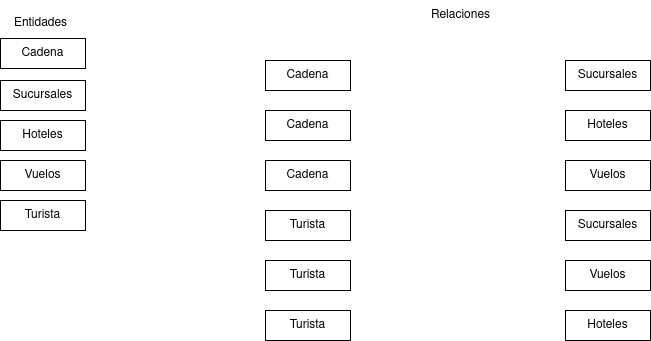
This is Ejercicios/tarea2/Tarea2_E3.drawio.png from adogonz23/BAE, a draw.io export, as it was before one commit. Source tidied: cells renumbered, new cells last; positions are measured from the earlier drawing's top-left corner, leaving out a move shared by most shapes.
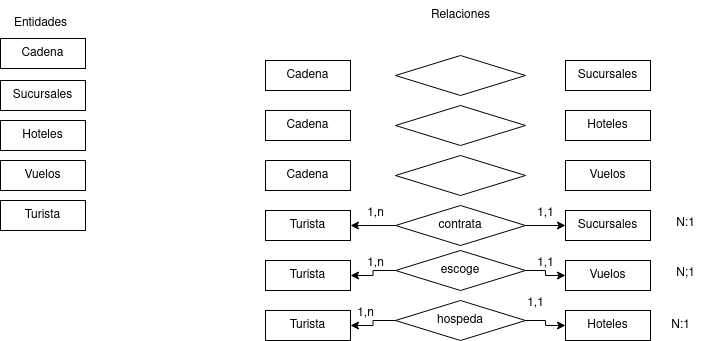
Above is the later version.

The edit, as a diff of the source:
```diff
@@ -59,5 +59,68 @@
     <mxCell id="20" value="Hoteles" style="rounded=0;whiteSpace=wrap;html=1;" parent="1" vertex="1">
       <mxGeometry x="565" y="310" width="85" height="30" as="geometry" />
     </mxCell>
+    <mxCell id="21" style="rhombus;whiteSpace=wrap;html=1;" parent="1" vertex="1">
+      <mxGeometry x="395" y="55" width="130" height="40" as="geometry" />
+    </mxCell>
+    <mxCell id="22" style="rhombus;whiteSpace=wrap;html=1;" parent="1" vertex="1">
+      <mxGeometry x="395" y="105" width="130" height="40" as="geometry" />
+    </mxCell>
+    <mxCell id="23" style="rhombus;whiteSpace=wrap;html=1;" parent="1" vertex="1">
+      <mxGeometry x="395" y="155" width="130" height="40" as="geometry" />
+    </mxCell>
+    <mxCell id="24" style="edgeStyle=orthogonalEdgeStyle;rounded=0;jettySize=auto;html=1;entryX=1;entryY=0.5;entryDx=0;entryDy=0;" parent="1" edge="1" source="26" target="12">
+      <mxGeometry relative="1" as="geometry" />
+    </mxCell>
+    <mxCell id="25" style="edgeStyle=orthogonalEdgeStyle;rounded=0;jettySize=auto;html=1;entryX=0;entryY=0.5;entryDx=0;entryDy=0;" parent="1" edge="1" source="26" target="18">
+      <mxGeometry relative="1" as="geometry" />
+    </mxCell>
+    <mxCell id="26" value="contrata" style="rhombus;whiteSpace=wrap;html=1;" parent="1" vertex="1">
+      <mxGeometry x="395" y="205" width="130" height="40" as="geometry" />
+    </mxCell>
+    <mxCell id="27" style="edgeStyle=orthogonalEdgeStyle;rounded=0;jettySize=auto;html=1;entryX=1;entryY=0.5;entryDx=0;entryDy=0;" parent="1" edge="1" source="29" target="13">
+      <mxGeometry relative="1" as="geometry" />
+    </mxCell>
+    <mxCell id="28" style="edgeStyle=orthogonalEdgeStyle;rounded=0;jettySize=auto;html=1;entryX=0;entryY=0.5;entryDx=0;entryDy=0;" parent="1" edge="1" source="29" target="19">
+      <mxGeometry relative="1" as="geometry" />
+    </mxCell>
+    <mxCell id="29" value="escoge" style="rhombus;whiteSpace=wrap;html=1;" parent="1" vertex="1">
+      <mxGeometry x="395" y="250" width="130" height="40" as="geometry" />
+    </mxCell>
+    <mxCell id="30" style="edgeStyle=orthogonalEdgeStyle;rounded=0;jettySize=auto;html=1;entryX=0;entryY=0.5;entryDx=0;entryDy=0;" parent="1" edge="1" source="32" target="20">
+      <mxGeometry relative="1" as="geometry" />
+    </mxCell>
+    <mxCell id="31" style="edgeStyle=orthogonalEdgeStyle;rounded=0;jettySize=auto;html=1;entryX=1;entryY=0.5;entryDx=0;entryDy=0;" parent="1" edge="1" source="32" target="14">
+      <mxGeometry relative="1" as="geometry" />
+    </mxCell>
+    <mxCell id="32" value="hospeda" style="rhombus;whiteSpace=wrap;html=1;" parent="1" vertex="1">
+      <mxGeometry x="395" y="300" width="130" height="40" as="geometry" />
+    </mxCell>
+    <mxCell id="33" value="1,1" style="text;html=1;align=center;verticalAlign=middle;strokeColor=none;fillColor=none;" parent="1" vertex="1">
+      <mxGeometry x="525" y="198" width="40" height="30" as="geometry" />
+    </mxCell>
+    <mxCell id="34" value="1,n" style="text;html=1;align=center;verticalAlign=middle;strokeColor=none;fillColor=none;" parent="1" vertex="1">
+      <mxGeometry x="355" y="198" width="40" height="30" as="geometry" />
+    </mxCell>
+    <mxCell id="35" value="1,1" style="text;html=1;align=center;verticalAlign=middle;strokeColor=none;fillColor=none;" parent="1" vertex="1">
+      <mxGeometry x="525" y="248" width="40" height="30" as="geometry" />
+    </mxCell>
+    <mxCell id="36" value="1,n" style="text;html=1;align=center;verticalAlign=middle;strokeColor=none;fillColor=none;" parent="1" vertex="1">
+      <mxGeometry x="355" y="248" width="40" height="30" as="geometry" />
+    </mxCell>
+    <mxCell id="37" value="1,n" style="text;html=1;align=center;verticalAlign=middle;strokeColor=none;fillColor=none;" parent="1" vertex="1">
+      <mxGeometry x="345" y="298" width="40" height="30" as="geometry" />
+    </mxCell>
+    <mxCell id="38" value="1,1" style="text;html=1;align=center;verticalAlign=middle;strokeColor=none;fillColor=none;" parent="1" vertex="1">
+      <mxGeometry x="515" y="288" width="40" height="30" as="geometry" />
+    </mxCell>
+    <mxCell id="39" value="N:1" style="text;html=1;align=center;verticalAlign=middle;strokeColor=none;fillColor=none;" parent="1" vertex="1">
+      <mxGeometry x="665" y="208" width="40" height="30" as="geometry" />
+    </mxCell>
+    <mxCell id="40" value="N;1" style="text;html=1;align=center;verticalAlign=middle;strokeColor=none;fillColor=none;" parent="1" vertex="1">
+      <mxGeometry x="665" y="258" width="40" height="30" as="geometry" />
+    </mxCell>
+    <mxCell id="41" value="N:1" style="text;html=1;align=center;verticalAlign=middle;strokeColor=none;fillColor=none;" parent="1" vertex="1">
+      <mxGeometry x="660" y="310" width="40" height="30" as="geometry" />
+    </mxCell>
   </root>
 </mxGraphModel>
```
